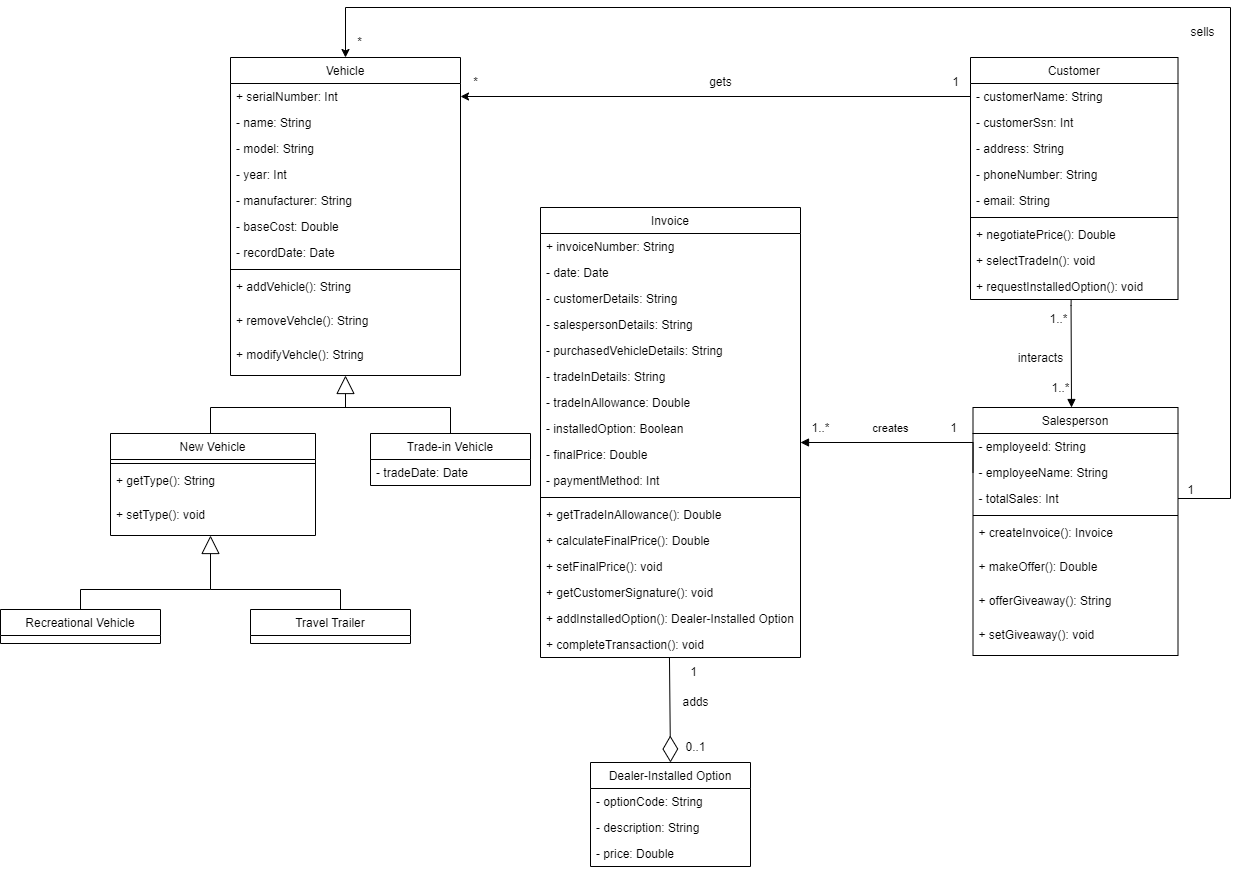
This is holiday_travel_vehicles.drawio.png from LarryChenCode/IS7020_diagrams, a draw.io export, as it was before one commit. Source tidied: cells renumbered, new cells last; positions are measured from the earlier drawing's top-left corner, leaving out a move shared by most shapes.
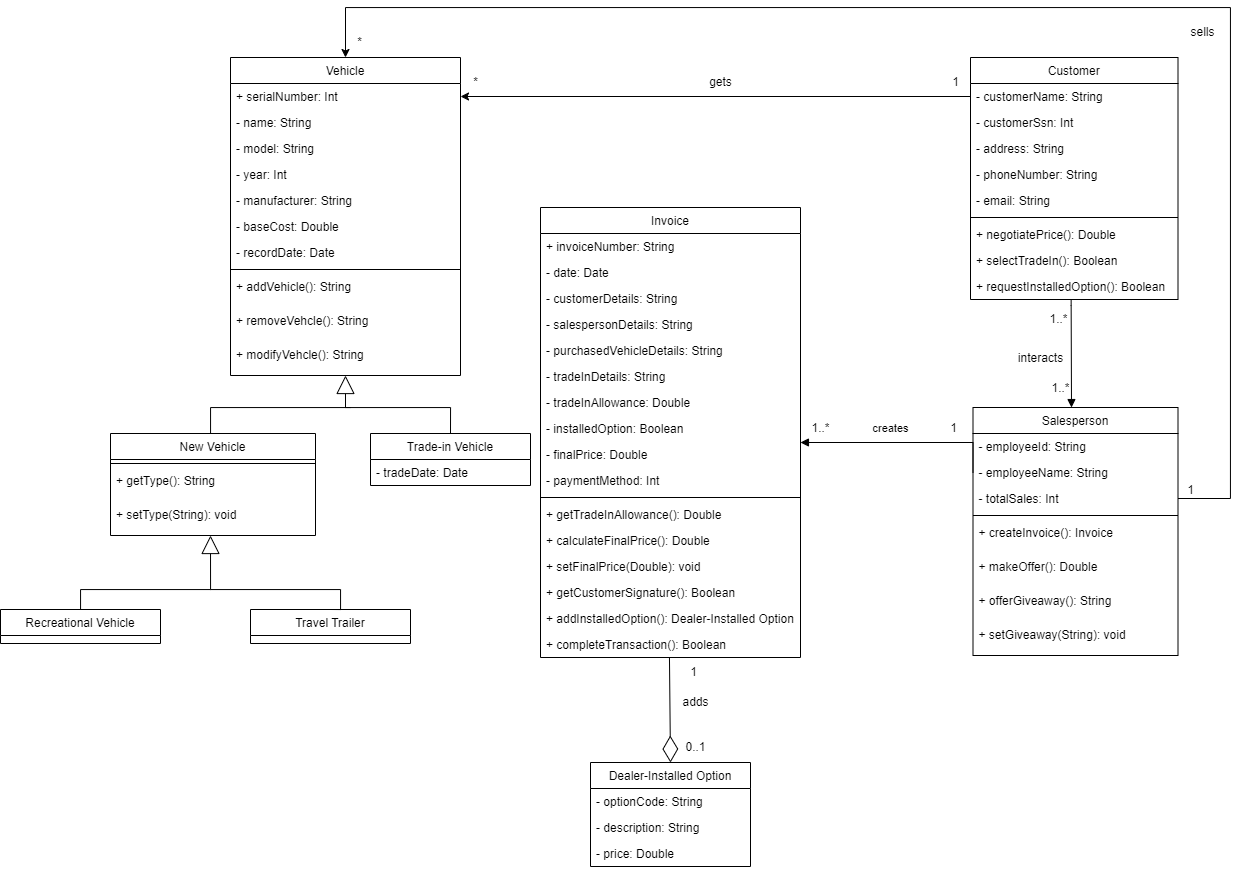
Above is the later version.

The edit, as a diff of the source:
```diff
@@ -71,7 +71,7 @@
     <mxCell id="22" value="+ offerGiveaway(): String" style="text;align=left;verticalAlign=top;spacingLeft=4;spacingRight=4;overflow=hidden;fontStyle=0;" parent="15" vertex="1">
       <mxGeometry y="180" width="205" height="34" as="geometry" />
     </mxCell>
-    <mxCell id="23" value="+ setGiveaway(): void" style="text;align=left;verticalAlign=top;spacingLeft=4;spacingRight=4;overflow=hidden;fontStyle=0;" parent="15" vertex="1">
+    <mxCell id="23" value="+ setGiveaway(String): void" style="text;align=left;verticalAlign=top;spacingLeft=4;spacingRight=4;overflow=hidden;fontStyle=0;" parent="15" vertex="1">
       <mxGeometry y="214" width="205" height="34" as="geometry" />
     </mxCell>
     <mxCell id="24" value="Invoice" style="swimlane;fontStyle=0;align=center;verticalAlign=top;horizontal=1;startSize=26;rounded=0;shadow=0;strokeWidth=1;" parent="1" vertex="1">
@@ -116,16 +116,16 @@
     <mxCell id="37" value="+ calculateFinalPrice(): Double" style="text;align=left;verticalAlign=top;spacingLeft=4;spacingRight=4;overflow=hidden;" parent="24" vertex="1">
       <mxGeometry y="320" width="260" height="26" as="geometry" />
     </mxCell>
-    <mxCell id="38" value="+ setFinalPrice(): void" style="text;align=left;verticalAlign=top;spacingLeft=4;spacingRight=4;overflow=hidden;" parent="24" vertex="1">
+    <mxCell id="38" value="+ setFinalPrice(Double): void" style="text;align=left;verticalAlign=top;spacingLeft=4;spacingRight=4;overflow=hidden;" parent="24" vertex="1">
       <mxGeometry y="346" width="260" height="26" as="geometry" />
     </mxCell>
-    <mxCell id="39" value="+ getCustomerSignature(): void" style="text;align=left;verticalAlign=top;spacingLeft=4;spacingRight=4;overflow=hidden;" parent="24" vertex="1">
+    <mxCell id="39" value="+ getCustomerSignature(): Boolean" style="text;align=left;verticalAlign=top;spacingLeft=4;spacingRight=4;overflow=hidden;" parent="24" vertex="1">
       <mxGeometry y="372" width="260" height="26" as="geometry" />
     </mxCell>
     <mxCell id="40" value="+ addInstalledOption(): Dealer-Installed Option" style="text;align=left;verticalAlign=top;spacingLeft=4;spacingRight=4;overflow=hidden;" parent="24" vertex="1">
       <mxGeometry y="398" width="260" height="26" as="geometry" />
     </mxCell>
-    <mxCell id="41" value="+ completeTransaction(): void" style="text;align=left;verticalAlign=top;spacingLeft=4;spacingRight=4;overflow=hidden;points=[[0,0.5],[1,0.5]];portConstraint=eastwest;" parent="24" vertex="1">
+    <mxCell id="41" value="+ completeTransaction(): Boolean" style="text;align=left;verticalAlign=top;spacingLeft=4;spacingRight=4;overflow=hidden;points=[[0,0.5],[1,0.5]];portConstraint=eastwest;" parent="24" vertex="1">
       <mxGeometry y="424" width="260" height="26" as="geometry" />
     </mxCell>
     <mxCell id="42" style="edgeStyle=orthogonalEdgeStyle;rounded=0;jettySize=auto;html=1;entryX=1;entryY=0.5;entryDx=0;entryDy=0;exitX=0;exitY=0.5;exitDx=0;exitDy=0;" parent="1" edge="1" source="44" target="3">
@@ -159,10 +159,10 @@
     <mxCell id="50" value="+ negotiatePrice(): Double" style="text;align=left;verticalAlign=top;spacingLeft=4;spacingRight=4;overflow=hidden;" parent="43" vertex="1">
       <mxGeometry y="164" width="207.5" height="26" as="geometry" />
     </mxCell>
-    <mxCell id="51" value="+ selectTradeIn(): void" style="text;align=left;verticalAlign=top;spacingLeft=4;spacingRight=4;overflow=hidden;" parent="43" vertex="1">
+    <mxCell id="51" value="+ selectTradeIn(): Boolean" style="text;align=left;verticalAlign=top;spacingLeft=4;spacingRight=4;overflow=hidden;" parent="43" vertex="1">
       <mxGeometry y="190" width="207.5" height="26" as="geometry" />
     </mxCell>
-    <mxCell id="52" value="+ requestInstalledOption(): void" style="text;align=left;verticalAlign=top;spacingLeft=4;spacingRight=4;overflow=hidden;points=[[0,0.5],[1,0.5]];portConstraint=eastwest;" parent="43" vertex="1">
+    <mxCell id="52" value="+ requestInstalledOption(): Boolean" style="text;align=left;verticalAlign=top;spacingLeft=4;spacingRight=4;overflow=hidden;points=[[0,0.5],[1,0.5]];portConstraint=eastwest;" parent="43" vertex="1">
       <mxGeometry y="216" width="207.5" height="26" as="geometry" />
     </mxCell>
     <mxCell id="53" value="Dealer-Installed Option" style="swimlane;fontStyle=0;align=center;verticalAlign=top;horizontal=1;startSize=26;rounded=0;shadow=0;strokeWidth=1;" parent="1" vertex="1">
@@ -238,7 +238,7 @@
     <mxCell id="68" value="+ getType(): String" style="text;align=left;verticalAlign=top;spacingLeft=4;spacingRight=4;overflow=hidden;fontStyle=0;" parent="66" vertex="1">
       <mxGeometry y="34" width="205" height="34" as="geometry" />
     </mxCell>
-    <mxCell id="69" value="+ setType(): void" style="text;align=left;verticalAlign=top;spacingLeft=4;spacingRight=4;overflow=hidden;fontStyle=0;" parent="66" vertex="1">
+    <mxCell id="69" value="+ setType(String): void" style="text;align=left;verticalAlign=top;spacingLeft=4;spacingRight=4;overflow=hidden;fontStyle=0;" parent="66" vertex="1">
       <mxGeometry y="68" width="205" height="34" as="geometry" />
     </mxCell>
     <mxCell id="70" value="Recreational Vehicle" style="swimlane;fontStyle=0;align=center;verticalAlign=top;horizontal=1;startSize=26;rounded=0;shadow=0;strokeWidth=1;" parent="1" vertex="1">
```
